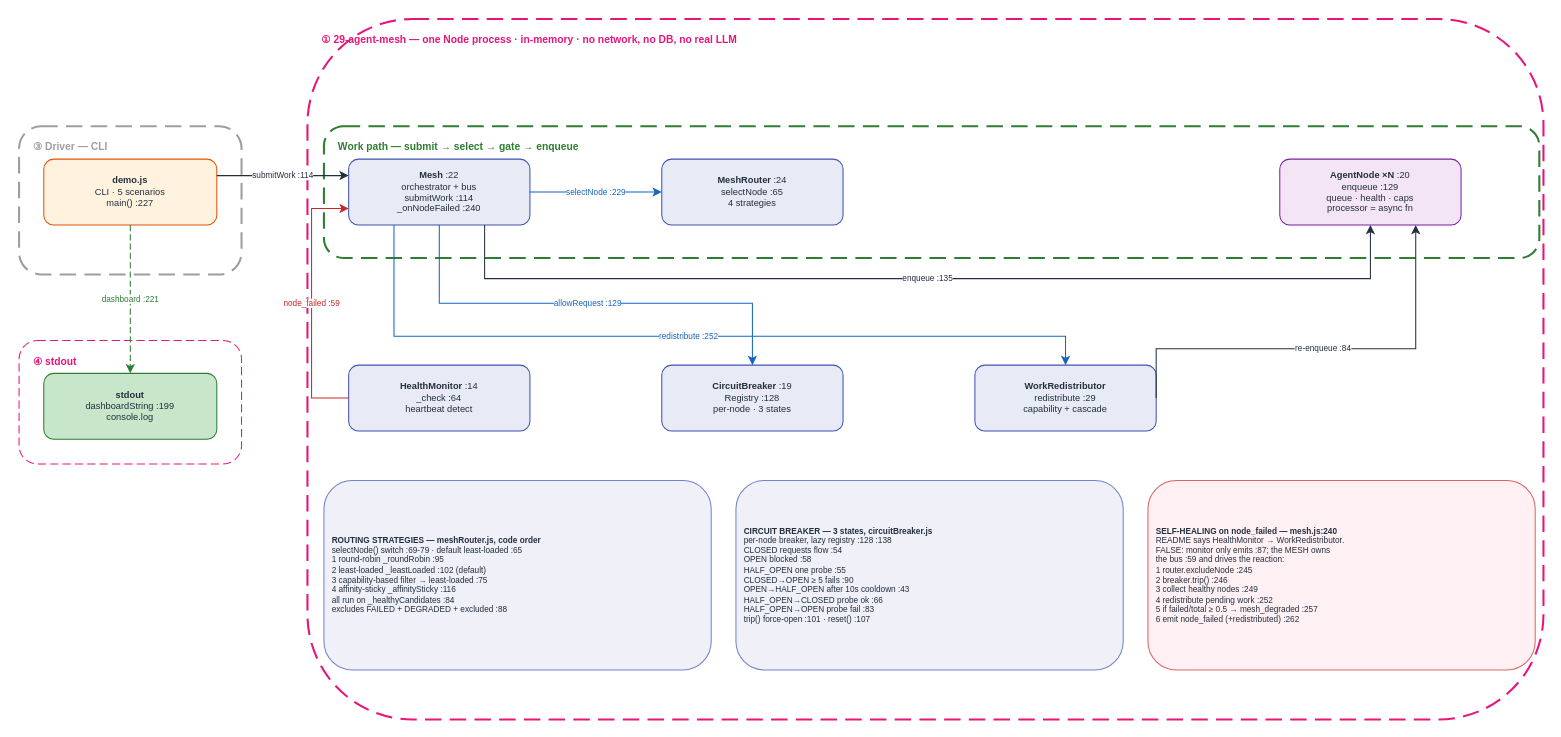
Above: docs/diagrams/agent_mesh_v1/HOA_AgentMesh_v1.drawio in gmaheshraju/Hands-on-AgenticAI (draw.io), before the change. Source tidied: cells renumbered, new cells numbered last; positions are measured from the earlier drawing's top-left corner, leaving out a move shared by most shapes. Both pictures are drawn from the tidied source at 103%, with x=0, y=0 at pixel (19, 19).
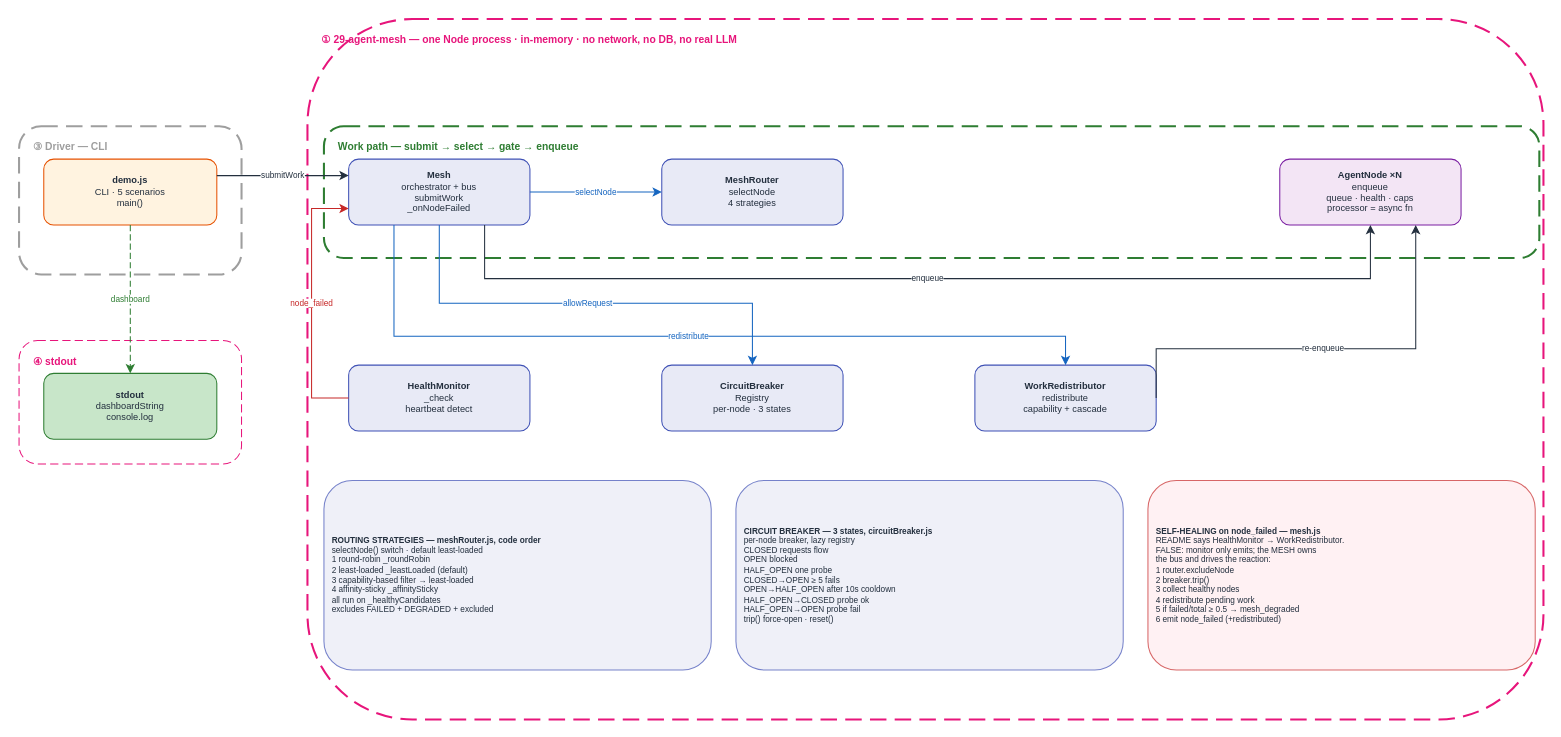
Above is the later version.

Change to the diagram source:
```diff
@@
-    <mxCell id="10" value="&lt;b&gt;demo.js&lt;/b&gt;&lt;br&gt;CLI · 5 scenarios&lt;br&gt;main() :227" style="rounded=1;fillColor=#FFF3E0;strokeColor=#E65100;fontSize=9;fontColor=#232F3E;html=1;whiteSpace=wrap;align=center;" parent="1" vertex="1">
+    <mxCell id="10" value="&lt;b&gt;demo.js&lt;/b&gt;&lt;br&gt;CLI · 5 scenarios&lt;br&gt;main()" style="rounded=1;fillColor=#FFF3E0;strokeColor=#E65100;fontSize=9;fontColor=#232F3E;html=1;whiteSpace=wrap;align=center;" parent="1" vertex="1">
       <mxGeometry x="24" y="136" width="168" height="64" as="geometry" />
     </mxCell>
-    <mxCell id="11" value="&lt;b&gt;Mesh&lt;/b&gt; :22&lt;br&gt;orchestrator + bus&lt;br&gt;submitWork :114&lt;br&gt;_onNodeFailed :240" style="rounded=1;fillColor=#E8EAF6;strokeColor=#3F51B5;fontSize=9;fontColor=#232F3E;html=1;whiteSpace=wrap;align=center;" parent="1" vertex="1">
+    <mxCell id="11" value="&lt;b&gt;Mesh&lt;/b&gt;&lt;br&gt;orchestrator + bus&lt;br&gt;submitWork&lt;br&gt;_onNodeFailed" style="rounded=1;fillColor=#E8EAF6;strokeColor=#3F51B5;fontSize=9;fontColor=#232F3E;html=1;whiteSpace=wrap;align=center;" parent="1" vertex="1">
       <mxGeometry x="320" y="136" width="176" height="64" as="geometry" />
     </mxCell>
-    <mxCell id="12" value="&lt;b&gt;MeshRouter&lt;/b&gt; :24&lt;br&gt;selectNode :65&lt;br&gt;4 strategies" style="rounded=1;fillColor=#E8EAF6;strokeColor=#3F51B5;fontSize=9;fontColor=#232F3E;html=1;whiteSpace=wrap;align=center;" parent="1" vertex="1">
+    <mxCell id="12" value="&lt;b&gt;MeshRouter&lt;/b&gt;&lt;br&gt;selectNode&lt;br&gt;4 strategies" style="rounded=1;fillColor=#E8EAF6;strokeColor=#3F51B5;fontSize=9;fontColor=#232F3E;html=1;whiteSpace=wrap;align=center;" parent="1" vertex="1">
       <mxGeometry x="624" y="136" width="176" height="64" as="geometry" />
     </mxCell>
-    <mxCell id="13" value="&lt;b&gt;AgentNode ×N&lt;/b&gt; :20&lt;br&gt;enqueue :129&lt;br&gt;queue · health · caps&lt;br&gt;processor = async fn" style="rounded=1;fillColor=#F3E5F5;strokeColor=#7B1FA2;fontSize=9;fontColor=#232F3E;html=1;whiteSpace=wrap;align=center;" parent="1" vertex="1">
+    <mxCell id="13" value="&lt;b&gt;AgentNode ×N&lt;/b&gt;&lt;br&gt;enqueue&lt;br&gt;queue · health · caps&lt;br&gt;processor = async fn" style="rounded=1;fillColor=#F3E5F5;strokeColor=#7B1FA2;fontSize=9;fontColor=#232F3E;html=1;whiteSpace=wrap;align=center;" parent="1" vertex="1">
       <mxGeometry x="1224" y="136" width="176" height="64" as="geometry" />
     </mxCell>
-    <mxCell id="14" value="&lt;b&gt;HealthMonitor&lt;/b&gt; :14&lt;br&gt;_check :64&lt;br&gt;heartbeat detect" style="rounded=1;fillColor=#E8EAF6;strokeColor=#3F51B5;fontSize=9;fontColor=#232F3E;html=1;whiteSpace=wrap;align=center;" parent="1" vertex="1">
+    <mxCell id="14" value="&lt;b&gt;HealthMonitor&lt;/b&gt;&lt;br&gt;_check&lt;br&gt;heartbeat detect" style="rounded=1;fillColor=#E8EAF6;strokeColor=#3F51B5;fontSize=9;fontColor=#232F3E;html=1;whiteSpace=wrap;align=center;" parent="1" vertex="1">
       <mxGeometry x="320" y="336" width="176" height="64" as="geometry" />
     </mxCell>
-    <mxCell id="15" value="&lt;b&gt;CircuitBreaker&lt;/b&gt; :19&lt;br&gt;Registry :128&lt;br&gt;per-node · 3 states" style="rounded=1;fillColor=#E8EAF6;strokeColor=#3F51B5;fontSize=9;fontColor=#232F3E;html=1;whiteSpace=wrap;align=center;" parent="1" vertex="1">
+    <mxCell id="15" value="&lt;b&gt;CircuitBreaker&lt;/b&gt;&lt;br&gt;Registry&lt;br&gt;per-node · 3 states" style="rounded=1;fillColor=#E8EAF6;strokeColor=#3F51B5;fontSize=9;fontColor=#232F3E;html=1;whiteSpace=wrap;align=center;" parent="1" vertex="1">
       <mxGeometry x="624" y="336" width="176" height="64" as="geometry" />
     </mxCell>
-    <mxCell id="16" value="&lt;b&gt;WorkRedistributor&lt;/b&gt;&lt;br&gt;redistribute :29&lt;br&gt;capability + cascade" style="rounded=1;fillColor=#E8EAF6;strokeColor=#3F51B5;fontSize=9;fontColor=#232F3E;html=1;whiteSpace=wrap;align=center;" parent="1" vertex="1">
+    <mxCell id="16" value="&lt;b&gt;WorkRedistributor&lt;/b&gt;&lt;br&gt;redistribute&lt;br&gt;capability + cascade" style="rounded=1;fillColor=#E8EAF6;strokeColor=#3F51B5;fontSize=9;fontColor=#232F3E;html=1;whiteSpace=wrap;align=center;" parent="1" vertex="1">
       <mxGeometry x="928" y="336" width="176" height="64" as="geometry" />
     </mxCell>
-    <mxCell id="17" value="&lt;b&gt;stdout&lt;/b&gt;&lt;br&gt;dashboardString :199&lt;br&gt;console.log" style="rounded=1;fillColor=#C8E6C9;strokeColor=#2E7D32;fontSize=9;fontColor=#232F3E;html=1;whiteSpace=wrap;align=center;" parent="1" vertex="1">
+    <mxCell id="17" value="&lt;b&gt;stdout&lt;/b&gt;&lt;br&gt;dashboardString&lt;br&gt;console.log" style="rounded=1;fillColor=#C8E6C9;strokeColor=#2E7D32;fontSize=9;fontColor=#232F3E;html=1;whiteSpace=wrap;align=center;" parent="1" vertex="1">
       <mxGeometry x="24" y="344" width="168" height="64" as="geometry" />
     </mxCell>
-    <mxCell id="18" value="&lt;b&gt;ROUTING STRATEGIES — meshRouter.js, code order&lt;/b&gt;&lt;br&gt;selectNode() switch :69-79 · default least-loaded :65&lt;br&gt;1 round-robin        _roundRobin :95&lt;br&gt;2 least-loaded       _leastLoaded :102  (default)&lt;br&gt;3 capability-based   filter → least-loaded :75&lt;br&gt;4 affinity-sticky    _affinitySticky :116&lt;br&gt;all run on _healthyCandidates :84&lt;br&gt;excludes FAILED + DEGRADED + excluded :88" style="rounded=1;fillColor=#E8EAF6;strokeColor=#3F51B5;fontSize=8;fontColor=#232F3E;html=1;whiteSpace=wrap;align=left;spacingLeft=6;opacity=70;" parent="1" vertex="1">
+    <mxCell id="18" value="&lt;b&gt;ROUTING STRATEGIES — meshRouter.js, code order&lt;/b&gt;&lt;br&gt;selectNode() switch · default least-loaded&lt;br&gt;1 round-robin _roundRobin&lt;br&gt;2 least-loaded _leastLoaded (default)&lt;br&gt;3 capability-based filter → least-loaded&lt;br&gt;4 affinity-sticky _affinitySticky&lt;br&gt;all run on _healthyCandidates&lt;br&gt;excludes FAILED + DEGRADED + excluded" style="rounded=1;fillColor=#E8EAF6;strokeColor=#3F51B5;fontSize=8;fontColor=#232F3E;html=1;whiteSpace=wrap;align=left;spacingLeft=6;opacity=70;" parent="1" vertex="1">
       <mxGeometry x="296" y="448" width="376" height="184" as="geometry" />
     </mxCell>
-    <mxCell id="19" value="&lt;b&gt;CIRCUIT BREAKER — 3 states, circuitBreaker.js&lt;/b&gt;&lt;br&gt;per-node breaker, lazy registry :128 :138&lt;br&gt;CLOSED    requests flow :54&lt;br&gt;OPEN      blocked :58&lt;br&gt;HALF_OPEN one probe :55&lt;br&gt;CLOSED→OPEN        ≥ 5 fails :90&lt;br&gt;OPEN→HALF_OPEN     after 10s cooldown :43&lt;br&gt;HALF_OPEN→CLOSED   probe ok :66&lt;br&gt;HALF_OPEN→OPEN     probe fail :83&lt;br&gt;trip() force-open :101 · reset() :107" style="rounded=1;fillColor=#E8EAF6;strokeColor=#3F51B5;fontSize=8;fontColor=#232F3E;html=1;whiteSpace=wrap;align=left;spacingLeft=6;opacity=70;" parent="1" vertex="1">
+    <mxCell id="19" value="&lt;b&gt;CIRCUIT BREAKER — 3 states, circuitBreaker.js&lt;/b&gt;&lt;br&gt;per-node breaker, lazy registry&lt;br&gt;CLOSED requests flow&lt;br&gt;OPEN blocked&lt;br&gt;HALF_OPEN one probe&lt;br&gt;CLOSED→OPEN ≥ 5 fails&lt;br&gt;OPEN→HALF_OPEN after 10s cooldown&lt;br&gt;HALF_OPEN→CLOSED probe ok&lt;br&gt;HALF_OPEN→OPEN probe fail&lt;br&gt;trip() force-open · reset()" style="rounded=1;fillColor=#E8EAF6;strokeColor=#3F51B5;fontSize=8;fontColor=#232F3E;html=1;whiteSpace=wrap;align=left;spacingLeft=6;opacity=70;" parent="1" vertex="1">
       <mxGeometry x="696" y="448" width="376" height="184" as="geometry" />
     </mxCell>
-    <mxCell id="20" value="&lt;b&gt;SELF-HEALING on node_failed — mesh.js:240&lt;/b&gt;&lt;br&gt;README says HealthMonitor → WorkRedistributor.&lt;br&gt;FALSE: monitor only emits :87; the MESH owns&lt;br&gt;the bus :59 and drives the reaction:&lt;br&gt;1 router.excludeNode :245&lt;br&gt;2 breaker.trip() :246&lt;br&gt;3 collect healthy nodes :249&lt;br&gt;4 redistribute pending work :252&lt;br&gt;5 if failed/total ≥ 0.5 → mesh_degraded :257&lt;br&gt;6 emit node_failed (+redistributed) :262" style="rounded=1;fillColor=#FFEBEE;strokeColor=#C62828;fontSize=8;fontColor=#232F3E;html=1;whiteSpace=wrap;align=left;spacingLeft=6;opacity=70;" parent="1" vertex="1">
+    <mxCell id="20" value="&lt;b&gt;SELF-HEALING on node_failed — mesh.js&lt;/b&gt;&lt;br&gt;README says HealthMonitor → WorkRedistributor.&lt;br&gt;FALSE: monitor only emits; the MESH owns&lt;br&gt;the bus and drives the reaction:&lt;br&gt;1 router.excludeNode&lt;br&gt;2 breaker.trip()&lt;br&gt;3 collect healthy nodes&lt;br&gt;4 redistribute pending work&lt;br&gt;5 if failed/total ≥ 0.5 → mesh_degraded&lt;br&gt;6 emit node_failed (+redistributed)" style="rounded=1;fillColor=#FFEBEE;strokeColor=#C62828;fontSize=8;fontColor=#232F3E;html=1;whiteSpace=wrap;align=left;spacingLeft=6;opacity=70;" parent="1" vertex="1">
       <mxGeometry x="1096" y="448" width="376" height="184" as="geometry" />
     </mxCell>
-    <mxCell id="21" value="submitWork :114" style="edgeStyle=orthogonalEdgeStyle;rounded=0;html=1;strokeColor=#232F3E;fontColor=#232F3E;fontSize=8;exitX=1;exitY=0.25;exitDx=0;exitDy=0;entryX=0;entryY=0.25;entryDx=0;entryDy=0;" parent="1" edge="1" source="10" target="11">
+    <mxCell id="21" value="submitWork" style="edgeStyle=orthogonalEdgeStyle;rounded=0;html=1;strokeColor=#232F3E;fontColor=#232F3E;fontSize=8;exitX=1;exitY=0.25;exitDx=0;exitDy=0;entryX=0;entryY=0.25;entryDx=0;entryDy=0;" parent="1" edge="1" source="10" target="11">
       <mxGeometry relative="1" as="geometry" />
     </mxCell>
-    <mxCell id="22" value="selectNode :229" style="edgeStyle=orthogonalEdgeStyle;rounded=0;html=1;strokeColor=#1565C0;fontColor=#1565C0;fontSize=8;exitX=1;exitY=0.5;exitDx=0;exitDy=0;entryX=0;entryY=0.5;entryDx=0;entryDy=0;" parent="1" edge="1" source="11" target="12">
+    <mxCell id="22" value="selectNode" style="edgeStyle=orthogonalEdgeStyle;rounded=0;html=1;strokeColor=#1565C0;fontColor=#1565C0;fontSize=8;exitX=1;exitY=0.5;exitDx=0;exitDy=0;entryX=0;entryY=0.5;entryDx=0;entryDy=0;" parent="1" edge="1" source="11" target="12">
       <mxGeometry relative="1" as="geometry" />
     </mxCell>
-    <mxCell id="23" value="enqueue :135" style="edgeStyle=orthogonalEdgeStyle;rounded=0;html=1;strokeColor=#232F3E;fontColor=#232F3E;fontSize=8;exitX=0.75;exitY=1;exitDx=0;exitDy=0;entryX=0.5;entryY=1;entryDx=0;entryDy=0;" parent="1" edge="1" source="11" target="13">
+    <mxCell id="23" value="enqueue" style="edgeStyle=orthogonalEdgeStyle;rounded=0;html=1;strokeColor=#232F3E;fontColor=#232F3E;fontSize=8;exitX=0.75;exitY=1;exitDx=0;exitDy=0;entryX=0.5;entryY=1;entryDx=0;entryDy=0;" parent="1" edge="1" source="11" target="13">
       <mxGeometry relative="1" as="geometry">
         <Array as="points">
           <mxPoint x="452" y="252" />
           <mxPoint x="1312" y="252" />
         </Array>
       </mxGeometry>
     </mxCell>
-    <mxCell id="24" value="allowRequest :129" style="edgeStyle=orthogonalEdgeStyle;rounded=0;html=1;strokeColor=#1565C0;fontColor=#1565C0;fontSize=8;exitX=0.5;exitY=1;exitDx=0;exitDy=0;entryX=0.5;entryY=0;entryDx=0;entryDy=0;" parent="1" edge="1" source="11" target="15">
+    <mxCell id="24" value="allowRequest" style="edgeStyle=orthogonalEdgeStyle;rounded=0;html=1;strokeColor=#1565C0;fontColor=#1565C0;fontSize=8;exitX=0.5;exitY=1;exitDx=0;exitDy=0;entryX=0.5;entryY=0;entryDx=0;entryDy=0;" parent="1" edge="1" source="11" target="15">
       <mxGeometry relative="1" as="geometry">
         <Array as="points">
           <mxPoint x="408" y="276" />
           <mxPoint x="712" y="276" />
         </Array>
       </mxGeometry>
     </mxCell>
-    <mxCell id="25" value="redistribute :252" style="edgeStyle=orthogonalEdgeStyle;rounded=0;html=1;strokeColor=#1565C0;fontColor=#1565C0;fontSize=8;exitX=0.25;exitY=1;exitDx=0;exitDy=0;entryX=0.5;entryY=0;entryDx=0;entryDy=0;" parent="1" edge="1" source="11" target="16">
+    <mxCell id="25" value="redistribute" style="edgeStyle=orthogonalEdgeStyle;rounded=0;html=1;strokeColor=#1565C0;fontColor=#1565C0;fontSize=8;exitX=0.25;exitY=1;exitDx=0;exitDy=0;entryX=0.5;entryY=0;entryDx=0;entryDy=0;" parent="1" edge="1" source="11" target="16">
       <mxGeometry relative="1" as="geometry">
         <Array as="points">
           <mxPoint x="364" y="308" />
           <mxPoint x="1016" y="308" />
         </Array>
       </mxGeometry>
     </mxCell>
-    <mxCell id="26" value="node_failed :59" style="edgeStyle=orthogonalEdgeStyle;rounded=0;html=1;strokeColor=#C62828;fontColor=#C62828;fontSize=8;exitX=0;exitY=0.5;exitDx=0;exitDy=0;entryX=0;entryY=0.75;entryDx=0;entryDy=0;" parent="1" edge="1" source="14" target="11">
+    <mxCell id="26" value="node_failed" style="edgeStyle=orthogonalEdgeStyle;rounded=0;html=1;strokeColor=#C62828;fontColor=#C62828;fontSize=8;exitX=0;exitY=0.5;exitDx=0;exitDy=0;entryX=0;entryY=0.75;entryDx=0;entryDy=0;" parent="1" edge="1" source="14" target="11">
       <mxGeometry relative="1" as="geometry">
         <Array as="points">
           <mxPoint x="284" y="368" />
           <mxPoint x="284" y="184" />
         </Array>
       </mxGeometry>
     </mxCell>
-    <mxCell id="27" value="re-enqueue :84" style="edgeStyle=orthogonalEdgeStyle;rounded=0;html=1;strokeColor=#232F3E;fontColor=#232F3E;fontSize=8;exitX=1;exitY=0.5;exitDx=0;exitDy=0;entryX=0.75;entryY=1;entryDx=0;entryDy=0;" parent="1" edge="1" source="16" target="13">
+    <mxCell id="27" value="re-enqueue" style="edgeStyle=orthogonalEdgeStyle;rounded=0;html=1;strokeColor=#232F3E;fontColor=#232F3E;fontSize=8;exitX=1;exitY=0.5;exitDx=0;exitDy=0;entryX=0.75;entryY=1;entryDx=0;entryDy=0;" parent="1" edge="1" source="16" target="13">
       <mxGeometry relative="1" as="geometry">
         <Array as="points">
           <mxPoint x="1104" y="320" />
           <mxPoint x="1356" y="320" />
         </Array>
       </mxGeometry>
     </mxCell>
-    <mxCell id="28" value="dashboard :221" style="edgeStyle=orthogonalEdgeStyle;rounded=0;html=1;strokeColor=#2E7D32;fontColor=#2E7D32;fontSize=8;exitX=0.5;exitY=1;exitDx=0;exitDy=0;entryX=0.5;entryY=0;entryDx=0;entryDy=0;dashed=1;dashPattern=6 3;" parent="1" edge="1" source="10" target="17">
+    <mxCell id="28" value="dashboard" style="edgeStyle=orthogonalEdgeStyle;rounded=0;html=1;strokeColor=#2E7D32;fontColor=#2E7D32;fontSize=8;exitX=0.5;exitY=1;exitDx=0;exitDy=0;entryX=0.5;entryY=0;entryDx=0;entryDy=0;dashed=1;dashPattern=6 3;" parent="1" edge="1" source="10" target="17">
       <mxGeometry relative="1" as="geometry" />
     </mxCell>
```
